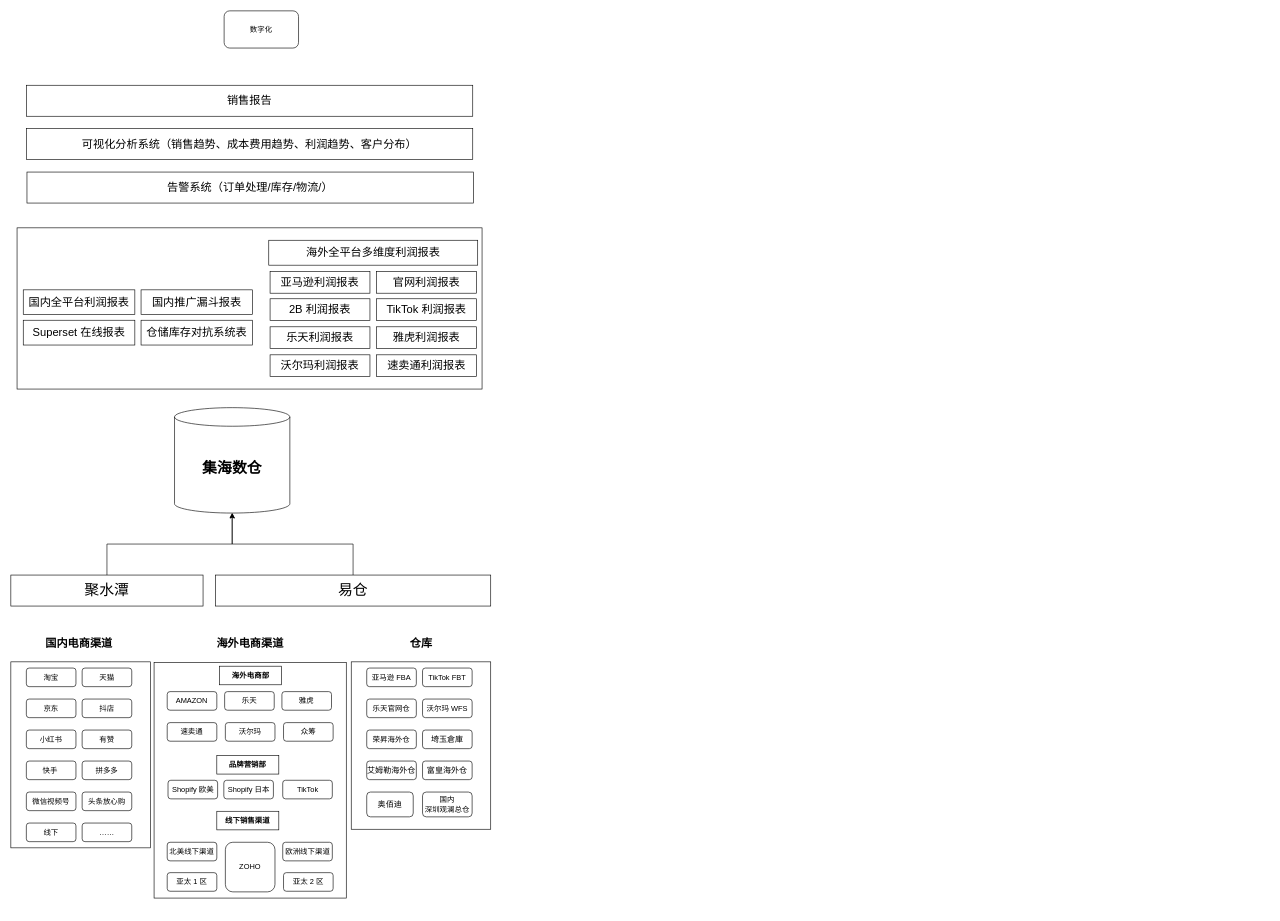
Above: A业务发展规划图/集海IT业务架构.drawio in bryce-code-world/draw (draw.io), before the change. Source tidied: cells renumbered, new cells numbered last; positions are measured from the earlier drawing's top-left corner, leaving out a move shared by most shapes. Both pictures are drawn from the tidied source at 62%, with x=0, y=0 at pixel (11, 11).
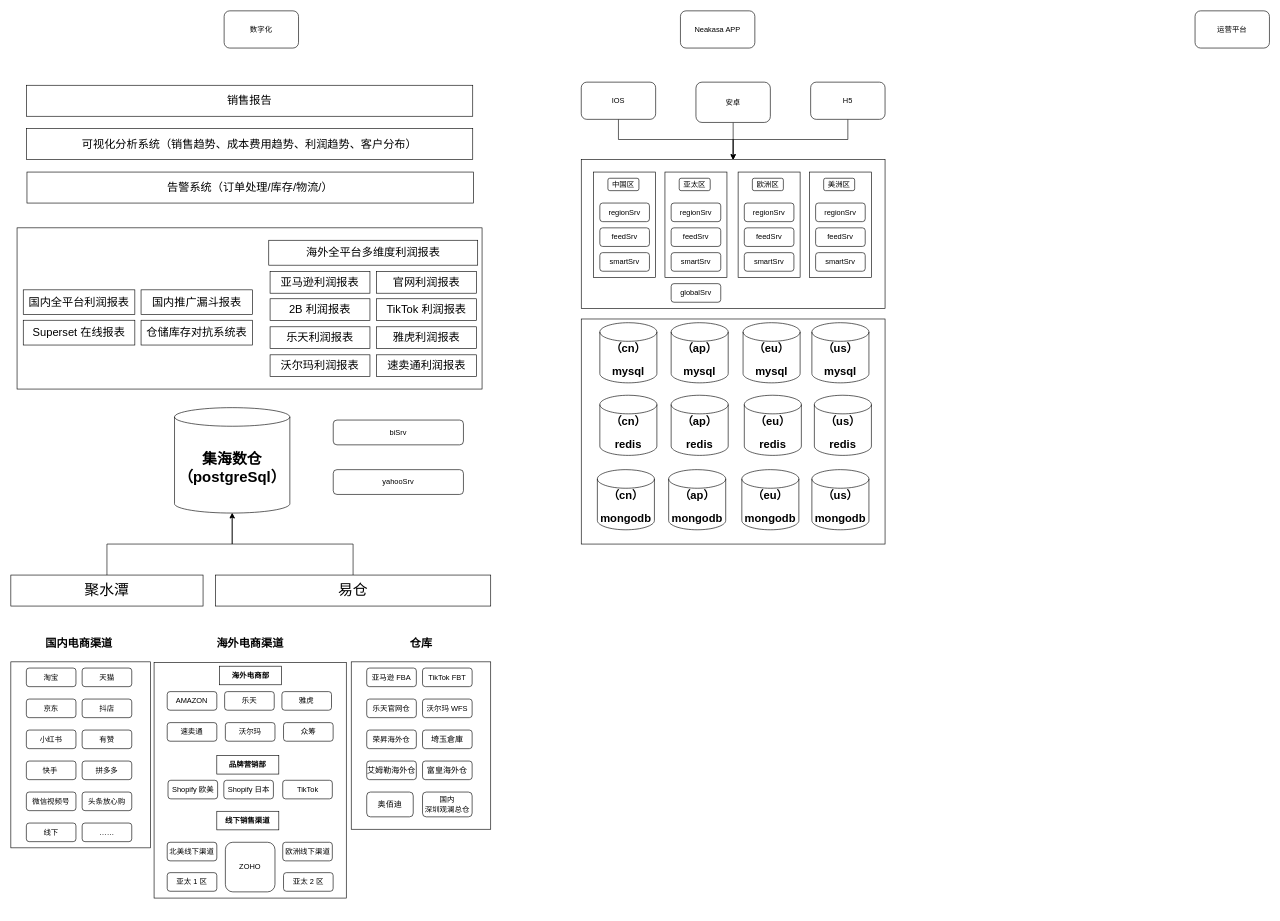
Above is the later version.

Commit message:
更新集海IT业务架构.drawio

What changed in the source:
```diff
@@
+    <mxCell id="74" style="rounded=0;whiteSpace=wrap;html=1;" parent="1" vertex="1">
+      <mxGeometry x="920" y="497" width="490" height="363" as="geometry" />
+    </mxCell>
@@
-    <mxCell id="3" value="&lt;h2&gt;&lt;font style=&quot;font-size: 24px;&quot;&gt;集海数仓&lt;/font&gt;&lt;/h2&gt;" style="shape=cylinder3;whiteSpace=wrap;html=1;boundedLbl=1;backgroundOutline=1;size=15;" parent="1" vertex="1">
+    <mxCell id="3" value="&lt;h2&gt;&lt;font style=&quot;font-size: 24px;&quot;&gt;集海数仓&lt;br&gt;（postgreSql）&lt;/font&gt;&lt;/h2&gt;" style="shape=cylinder3;whiteSpace=wrap;html=1;boundedLbl=1;backgroundOutline=1;size=15;" parent="1" vertex="1">
       <mxGeometry x="264" y="640" width="186" height="170" as="geometry" />
     </mxCell>
@@
+    <mxCell id="75" value="Neakasa APP" style="rounded=1;whiteSpace=wrap;html=1;" parent="1" vertex="1">
+      <mxGeometry x="1080" width="120" height="60" as="geometry" />
+    </mxCell>
+    <mxCell id="76" value="运营平台" style="rounded=1;whiteSpace=wrap;html=1;" parent="1" vertex="1">
+      <mxGeometry x="1910" width="120" height="60" as="geometry" />
+    </mxCell>
+    <mxCell id="77" style="edgeStyle=orthogonalEdgeStyle;rounded=0;jettySize=auto;html=1;entryX=0.5;entryY=0;entryDx=0;entryDy=0;" parent="1" edge="1" source="78" target="83">
+      <mxGeometry relative="1" as="geometry" />
+    </mxCell>
+    <mxCell id="78" value="IOS" style="rounded=1;whiteSpace=wrap;html=1;" parent="1" vertex="1">
+      <mxGeometry x="920" y="115" width="120" height="60" as="geometry" />
+    </mxCell>
+    <mxCell id="79" style="edgeStyle=orthogonalEdgeStyle;rounded=0;jettySize=auto;html=1;entryX=0.5;entryY=0;entryDx=0;entryDy=0;" parent="1" edge="1" source="80" target="83">
+      <mxGeometry relative="1" as="geometry" />
+    </mxCell>
+    <mxCell id="80" value="安卓" style="rounded=1;whiteSpace=wrap;html=1;" parent="1" vertex="1">
+      <mxGeometry x="1105" y="115" width="120" height="65" as="geometry" />
+    </mxCell>
+    <mxCell id="81" style="edgeStyle=orthogonalEdgeStyle;rounded=0;jettySize=auto;html=1;entryX=0.5;entryY=0;entryDx=0;entryDy=0;" parent="1" edge="1" source="82" target="83">
+      <mxGeometry relative="1" as="geometry" />
+    </mxCell>
+    <mxCell id="82" value="H5" style="rounded=1;whiteSpace=wrap;html=1;" parent="1" vertex="1">
+      <mxGeometry x="1290" y="115" width="120" height="60" as="geometry" />
+    </mxCell>
+    <mxCell id="83" style="rounded=0;whiteSpace=wrap;html=1;" parent="1" vertex="1">
+      <mxGeometry x="920" y="240" width="490" height="240" as="geometry" />
+    </mxCell>
+    <mxCell id="84" style="rounded=0;whiteSpace=wrap;html=1;" parent="1" vertex="1">
+      <mxGeometry x="940" y="260" width="100" height="170" as="geometry" />
+    </mxCell>
+    <mxCell id="85" value="regionSrv" style="rounded=1;whiteSpace=wrap;html=1;" parent="1" vertex="1">
+      <mxGeometry x="950" y="310" width="80" height="30" as="geometry" />
+    </mxCell>
+    <mxCell id="86" value="feedSrv" style="rounded=1;whiteSpace=wrap;html=1;" parent="1" vertex="1">
+      <mxGeometry x="950" y="350" width="80" height="30" as="geometry" />
+    </mxCell>
+    <mxCell id="87" value="smartSrv" style="rounded=1;whiteSpace=wrap;html=1;" parent="1" vertex="1">
+      <mxGeometry x="950" y="390" width="80" height="30" as="geometry" />
+    </mxCell>
+    <mxCell id="88" value="中国区" style="rounded=1;whiteSpace=wrap;html=1;" parent="1" vertex="1">
+      <mxGeometry x="963" y="270" width="50" height="20" as="geometry" />
+    </mxCell>
+    <mxCell id="89" style="rounded=0;whiteSpace=wrap;html=1;" parent="1" vertex="1">
+      <mxGeometry x="1055" y="260" width="100" height="170" as="geometry" />
+    </mxCell>
+    <mxCell id="90" value="regionSrv" style="rounded=1;whiteSpace=wrap;html=1;" parent="1" vertex="1">
+      <mxGeometry x="1065" y="310" width="80" height="30" as="geometry" />
+    </mxCell>
+    <mxCell id="91" value="feedSrv" style="rounded=1;whiteSpace=wrap;html=1;" parent="1" vertex="1">
+      <mxGeometry x="1065" y="350" width="80" height="30" as="geometry" />
+    </mxCell>
+    <mxCell id="92" value="smartSrv" style="rounded=1;whiteSpace=wrap;html=1;" parent="1" vertex="1">
+      <mxGeometry x="1065" y="390" width="80" height="30" as="geometry" />
+    </mxCell>
+    <mxCell id="93" value="亚太区" style="rounded=1;whiteSpace=wrap;html=1;" parent="1" vertex="1">
+      <mxGeometry x="1078" y="270" width="50" height="20" as="geometry" />
+    </mxCell>
+    <mxCell id="94" style="rounded=0;whiteSpace=wrap;html=1;" parent="1" vertex="1">
+      <mxGeometry x="1173" y="260" width="100" height="170" as="geometry" />
+    </mxCell>
+    <mxCell id="95" value="regionSrv" style="rounded=1;whiteSpace=wrap;html=1;" parent="1" vertex="1">
+      <mxGeometry x="1183" y="310" width="80" height="30" as="geometry" />
+    </mxCell>
+    <mxCell id="96" value="feedSrv" style="rounded=1;whiteSpace=wrap;html=1;" parent="1" vertex="1">
+      <mxGeometry x="1183" y="350" width="80" height="30" as="geometry" />
+    </mxCell>
+    <mxCell id="97" value="smartSrv" style="rounded=1;whiteSpace=wrap;html=1;" parent="1" vertex="1">
+      <mxGeometry x="1183" y="390" width="80" height="30" as="geometry" />
+    </mxCell>
+    <mxCell id="98" value="欧洲区" style="rounded=1;whiteSpace=wrap;html=1;" parent="1" vertex="1">
+      <mxGeometry x="1196" y="270" width="50" height="20" as="geometry" />
+    </mxCell>
+    <mxCell id="99" style="rounded=0;whiteSpace=wrap;html=1;" parent="1" vertex="1">
+      <mxGeometry x="1288" y="260" width="100" height="170" as="geometry" />
+    </mxCell>
+    <mxCell id="100" value="regionSrv" style="rounded=1;whiteSpace=wrap;html=1;" parent="1" vertex="1">
+      <mxGeometry x="1298" y="310" width="80" height="30" as="geometry" />
+    </mxCell>
+    <mxCell id="101" value="feedSrv" style="rounded=1;whiteSpace=wrap;html=1;" parent="1" vertex="1">
+      <mxGeometry x="1298" y="350" width="80" height="30" as="geometry" />
+    </mxCell>
+    <mxCell id="102" value="smartSrv" style="rounded=1;whiteSpace=wrap;html=1;" parent="1" vertex="1">
+      <mxGeometry x="1298" y="390" width="80" height="30" as="geometry" />
+    </mxCell>
+    <mxCell id="103" value="美洲区" style="rounded=1;whiteSpace=wrap;html=1;" parent="1" vertex="1">
+      <mxGeometry x="1311" y="270" width="50" height="20" as="geometry" />
+    </mxCell>
+    <mxCell id="104" value="globalSrv" style="rounded=1;whiteSpace=wrap;html=1;" parent="1" vertex="1">
+      <mxGeometry x="1065" y="440" width="80" height="30" as="geometry" />
+    </mxCell>
+    <mxCell id="105" value="biSrv" style="rounded=1;whiteSpace=wrap;html=1;" parent="1" vertex="1">
+      <mxGeometry x="520" y="660" width="210" height="40" as="geometry" />
+    </mxCell>
+    <mxCell id="106" value="yahooSrv" style="rounded=1;whiteSpace=wrap;html=1;" parent="1" vertex="1">
+      <mxGeometry x="520" y="740" width="210" height="40" as="geometry" />
+    </mxCell>
+    <mxCell id="107" value="&lt;h2&gt;（cn）&lt;/h2&gt;&lt;h2&gt;&lt;font style=&quot;font-size: 18px;&quot;&gt;mysql&lt;br&gt;&lt;/font&gt;&lt;/h2&gt;" style="shape=cylinder3;whiteSpace=wrap;html=1;boundedLbl=1;backgroundOutline=1;size=15;" parent="1" vertex="1">
+      <mxGeometry x="950" y="503" width="92" height="97" as="geometry" />
+    </mxCell>
+    <mxCell id="108" value="&lt;h2&gt;（ap）&lt;/h2&gt;&lt;h2&gt;&lt;font style=&quot;font-size: 18px;&quot;&gt;mysql&lt;br&gt;&lt;/font&gt;&lt;/h2&gt;" style="shape=cylinder3;whiteSpace=wrap;html=1;boundedLbl=1;backgroundOutline=1;size=15;" parent="1" vertex="1">
+      <mxGeometry x="1065" y="503" width="92" height="97" as="geometry" />
+    </mxCell>
+    <mxCell id="109" value="&lt;h2&gt;（eu）&lt;/h2&gt;&lt;h2&gt;&lt;font style=&quot;font-size: 18px;&quot;&gt;mysql&lt;br&gt;&lt;/font&gt;&lt;/h2&gt;" style="shape=cylinder3;whiteSpace=wrap;html=1;boundedLbl=1;backgroundOutline=1;size=15;" parent="1" vertex="1">
+      <mxGeometry x="1181" y="503" width="92" height="97" as="geometry" />
+    </mxCell>
+    <mxCell id="110" value="&lt;h2&gt;（us）&lt;/h2&gt;&lt;h2&gt;&lt;font style=&quot;font-size: 18px;&quot;&gt;mysql&lt;br&gt;&lt;/font&gt;&lt;/h2&gt;" style="shape=cylinder3;whiteSpace=wrap;html=1;boundedLbl=1;backgroundOutline=1;size=15;" parent="1" vertex="1">
+      <mxGeometry x="1292" y="503" width="92" height="97" as="geometry" />
+    </mxCell>
+    <mxCell id="111" value="&lt;h2&gt;（cn）&lt;/h2&gt;&lt;h2&gt;&lt;font style=&quot;font-size: 18px;&quot;&gt;redis&lt;br&gt;&lt;/font&gt;&lt;/h2&gt;" style="shape=cylinder3;whiteSpace=wrap;html=1;boundedLbl=1;backgroundOutline=1;size=15;" parent="1" vertex="1">
+      <mxGeometry x="950" y="620" width="92" height="97" as="geometry" />
+    </mxCell>
+    <mxCell id="112" value="&lt;h2&gt;（ap）&lt;/h2&gt;&lt;h2&gt;&lt;font style=&quot;font-size: 18px;&quot;&gt;redis&lt;br&gt;&lt;/font&gt;&lt;/h2&gt;" style="shape=cylinder3;whiteSpace=wrap;html=1;boundedLbl=1;backgroundOutline=1;size=15;" parent="1" vertex="1">
+      <mxGeometry x="1065" y="620" width="92" height="97" as="geometry" />
+    </mxCell>
+    <mxCell id="113" value="&lt;h2&gt;（eu）&lt;/h2&gt;&lt;h2&gt;&lt;font style=&quot;font-size: 18px;&quot;&gt;redis&lt;br&gt;&lt;/font&gt;&lt;/h2&gt;" style="shape=cylinder3;whiteSpace=wrap;html=1;boundedLbl=1;backgroundOutline=1;size=15;" parent="1" vertex="1">
+      <mxGeometry x="1183" y="620" width="92" height="97" as="geometry" />
+    </mxCell>
+    <mxCell id="114" value="&lt;h2&gt;（us）&lt;/h2&gt;&lt;h2&gt;&lt;font style=&quot;font-size: 18px;&quot;&gt;redis&lt;/font&gt;&lt;/h2&gt;" style="shape=cylinder3;whiteSpace=wrap;html=1;boundedLbl=1;backgroundOutline=1;size=15;" parent="1" vertex="1">
+      <mxGeometry x="1296" y="620" width="92" height="97" as="geometry" />
+    </mxCell>
+    <mxCell id="115" value="&lt;h2&gt;（cn）&lt;/h2&gt;&lt;h2&gt;&lt;font style=&quot;font-size: 18px;&quot;&gt;mongodb&lt;/font&gt;&lt;/h2&gt;" style="shape=cylinder3;whiteSpace=wrap;html=1;boundedLbl=1;backgroundOutline=1;size=15;" parent="1" vertex="1">
+      <mxGeometry x="946" y="740" width="92" height="97" as="geometry" />
+    </mxCell>
+    <mxCell id="116" value="&lt;h2&gt;（ap）&lt;/h2&gt;&lt;h2&gt;&lt;font style=&quot;font-size: 18px;&quot;&gt;&lt;/font&gt;&lt;/h2&gt;&lt;h2&gt;mongodb&lt;/h2&gt;" style="shape=cylinder3;whiteSpace=wrap;html=1;boundedLbl=1;backgroundOutline=1;size=15;" parent="1" vertex="1">
+      <mxGeometry x="1061" y="740" width="92" height="97" as="geometry" />
+    </mxCell>
+    <mxCell id="117" value="&lt;h2&gt;（eu）&lt;/h2&gt;&lt;h2&gt;&lt;font style=&quot;font-size: 18px;&quot;&gt;&lt;/font&gt;&lt;/h2&gt;&lt;h2&gt;mongodb&lt;/h2&gt;" style="shape=cylinder3;whiteSpace=wrap;html=1;boundedLbl=1;backgroundOutline=1;size=15;" parent="1" vertex="1">
+      <mxGeometry x="1179" y="740" width="92" height="97" as="geometry" />
+    </mxCell>
+    <mxCell id="118" value="&lt;h2&gt;（us）&lt;/h2&gt;&lt;h2&gt;mongodb&lt;/h2&gt;" style="shape=cylinder3;whiteSpace=wrap;html=1;boundedLbl=1;backgroundOutline=1;size=15;" parent="1" vertex="1">
+      <mxGeometry x="1292" y="740" width="92" height="97" as="geometry" />
+    </mxCell>
```
